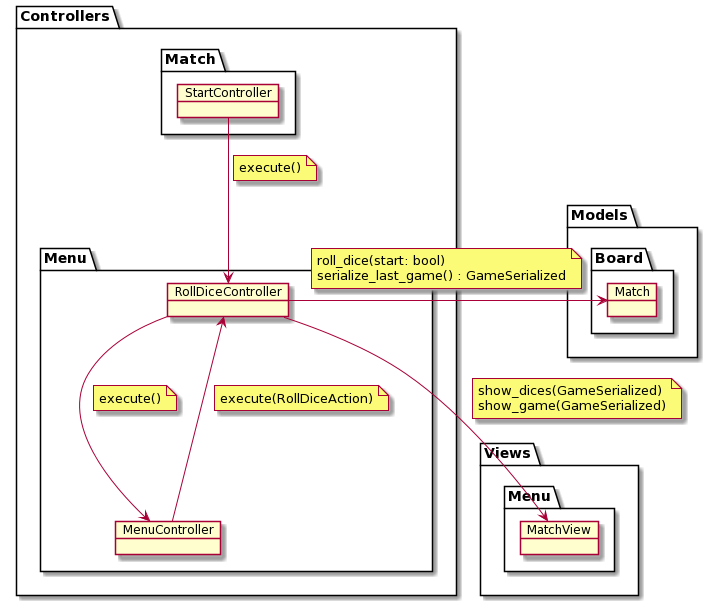
The PlantUML diagram rup/analysis/use_cases/roll_dice.png in USantaTecla-game-backgammon/backgammon, before a commit. Its diagram source:
```plantuml
@startuml
package Views {
    package Menu as ViewsMenu {
        object MatchView
    }
}

package Models {
    package Board3 as "Board" {
        object Match
    }
}

package Controllers {
    package "Match" as MatchController {
        object StartController


    }

    package Menu {
        object MenuController
        object RollDiceController

        RollDiceController --> MenuController
        note on link
            execute()
        end note

        MenuController --> RollDiceController
        note on link
            execute(RollDiceAction)
        end note
    }

    StartController --> RollDiceController
    note on link
        execute()
    end note
}

RollDiceController -right-> Match
note on link
    roll_dice(start: bool)
    serialize_last_game() : GameSerialized
end note

RollDiceController --> MatchView
note on link
    show_dices(GameSerialized)
    show_game(GameSerialized)
end note
@enduml
```
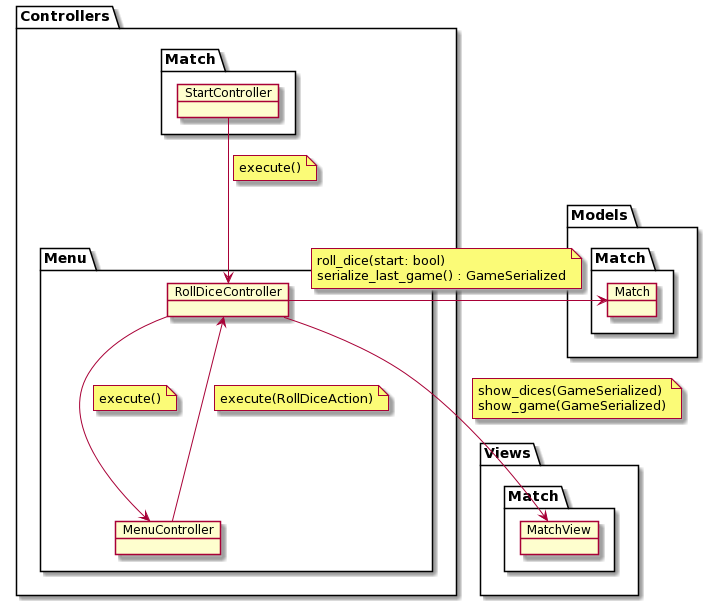
After the change.

Change to the diagram source:
```diff
@@ -1,12 +1,12 @@
 @startuml
 package Views {
-    package Menu as ViewsMenu {
+    package Match as MatchView {
         object MatchView
     }
 }
 
 package Models {
-    package Board3 as "Board" {
+    package MatchModel as "Match" {
         object Match
     }
 }
@@ -14,8 +14,6 @@
 package Controllers {
     package "Match" as MatchController {
         object StartController
-
-
     }
 
     package Menu {
```
